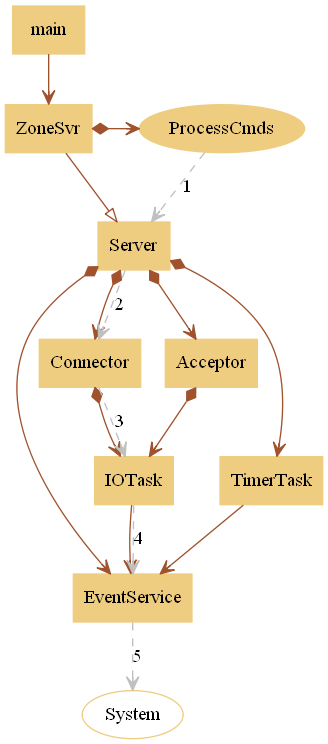
This is graph/output.png from pzyyll/netframz, a Graphviz export, as it was before one commit. Its source is kept beside it as graph/output.gv. Source of this version:
```dot
digraph main {
    node [shape="record",style=filled,color="#eecc80"]
    edge [color="sienna" dir=both arrowtail=diamond arrowhead=vee]

    main -> ZoneSvr [dir=normal]
    ZoneSvr -> Server [dir=normal arrowhead=empty]

    Server -> EventService
    Server -> Connector
    Server -> Acceptor
    Server -> TimerTask
    Connector -> IOTask
    Acceptor -> IOTask
    IOTask -> EventService [dir=normal]
    TimerTask -> EventService [dir=normal]

    ProcessCmds [shape="oval"]
    ZoneSvr -> ProcessCmds

    ProcessCmds -> Server [label=1 dir=normal color=grey style=dashed]
    Server -> Connector [label=2 dir=normal color=grey style=dashed]
    Connector -> IOTask [label=3 dir=normal color=grey style=dashed]
    IOTask -> EventService [label=4 dir=normal color=grey style=dashed]

    System [shape=oval style=solid]
    EventService -> System [label=5 dir=normal color=grey style=dashed]

{rank=same;Connector;Acceptor}
{rank=same;IOTask;TimerTask}
{rank=same;ZoneSvr;ProcessCmds}
}
```
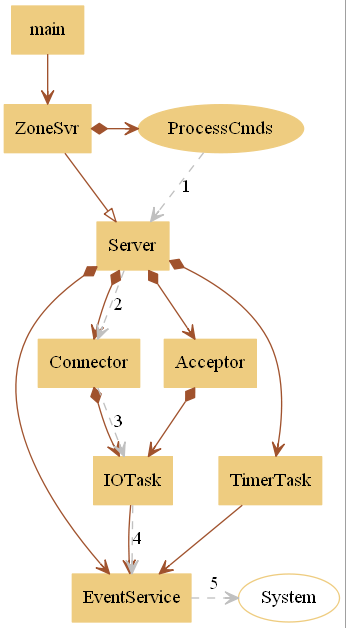
Later version of the same file.

Change to the diagram source:
```diff
@@ -28,4 +28,5 @@
 {rank=same;Connector;Acceptor}
 {rank=same;IOTask;TimerTask}
 {rank=same;ZoneSvr;ProcessCmds}
+{rank=max;System;EventService}
 }
```
